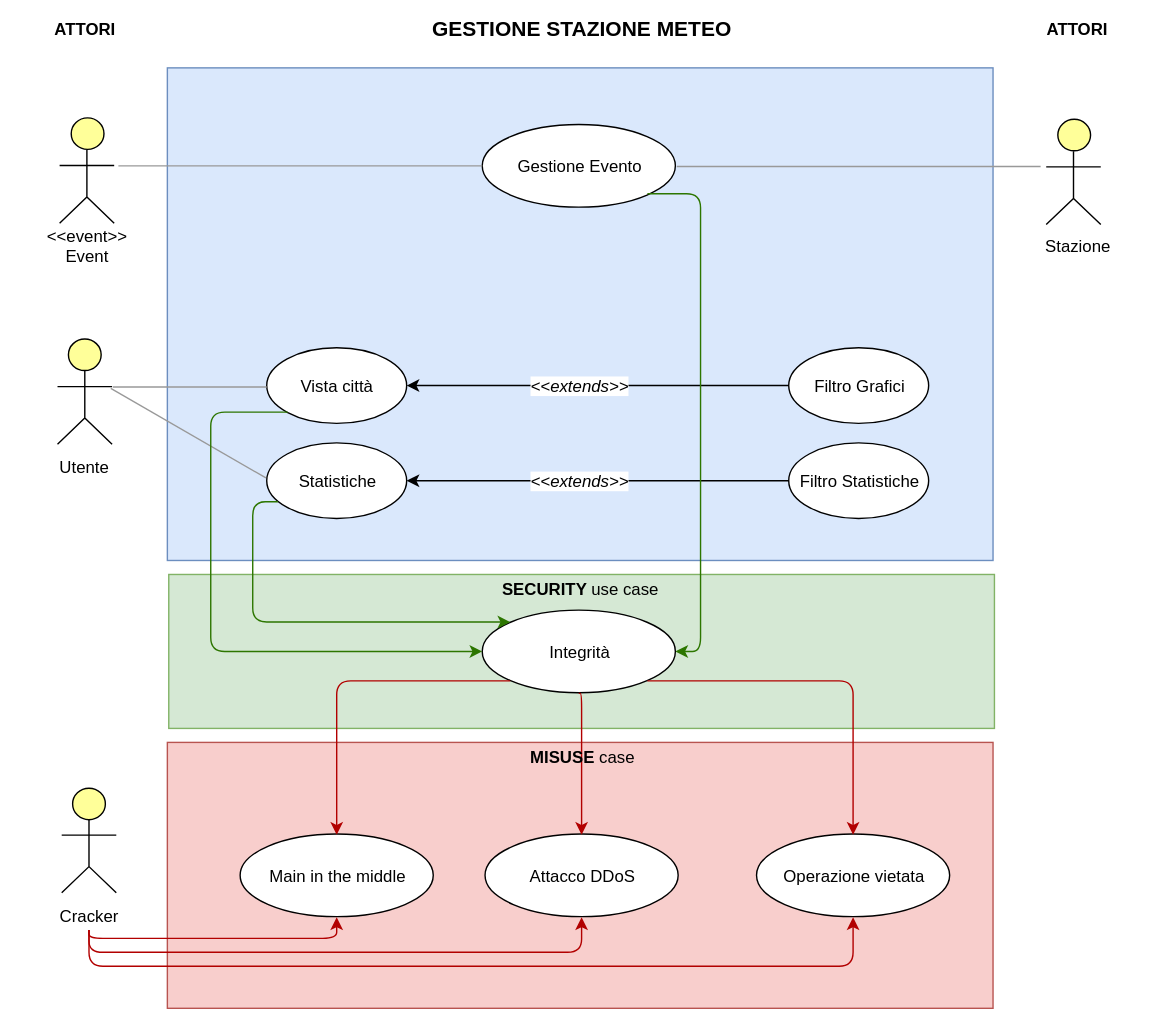
The draw.io diagram resources/SecuritycaseMisusecase.svg in Leaaaf/weatherment.io, before a commit. Source tidied: cells renumbered, new cells last; positions are measured from the earlier drawing's top-left corner, leaving out a move shared by most shapes.
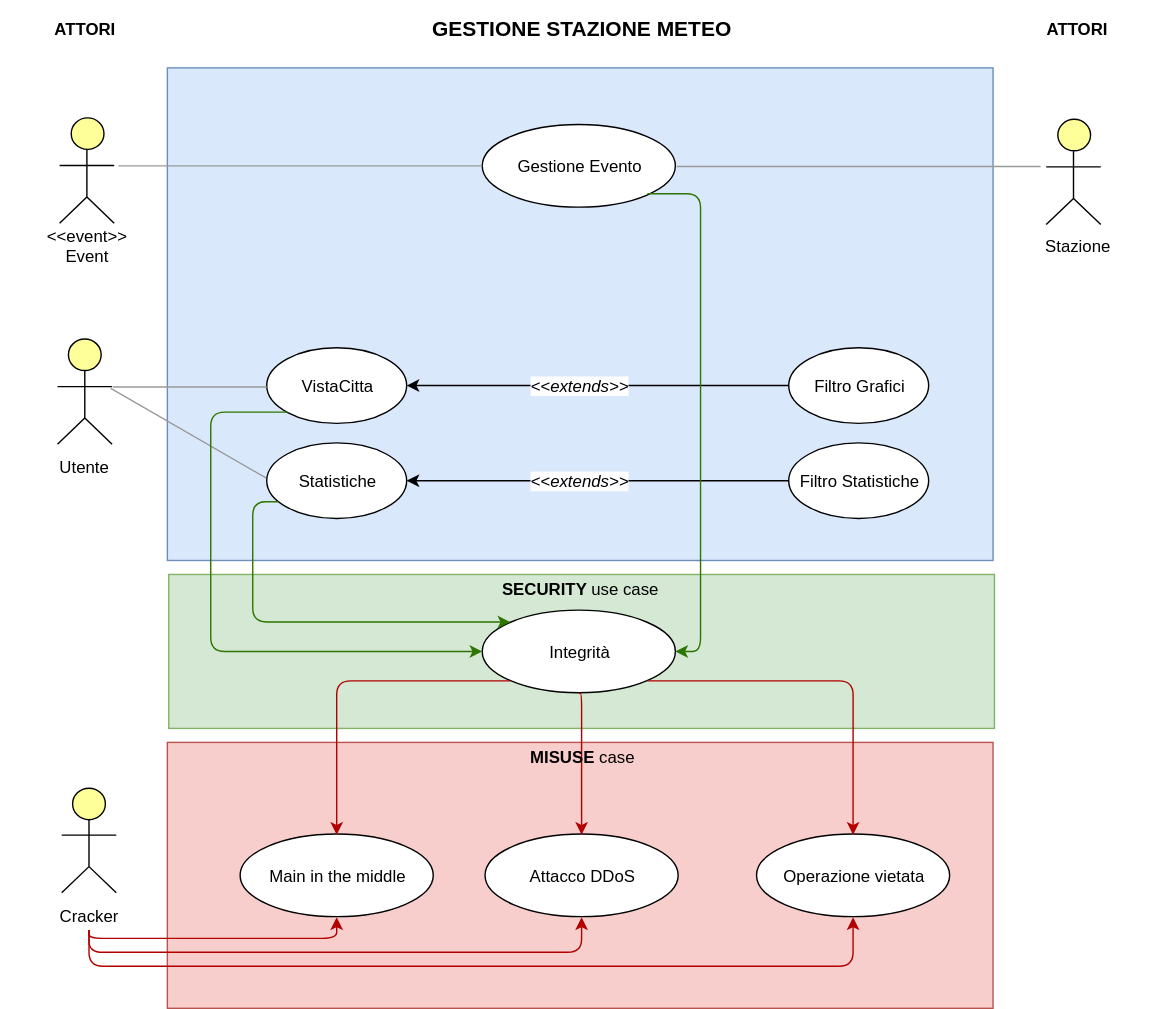
Later version of the same file.

Diff of the diagram source:
```diff
@@ -52,7 +52,7 @@
     <mxCell id="17" value="Filtro Grafici" style="ellipse;whiteSpace=wrap;html=1;gradientColor=none;" parent="1" vertex="1">
       <mxGeometry x="563" y="248" width="100" height="54" as="geometry" />
     </mxCell>
-    <mxCell id="18" value="Vista città" style="ellipse;whiteSpace=wrap;html=1;gradientColor=none;" parent="1" vertex="1">
+    <mxCell id="18" value="VistaCitta" style="ellipse;whiteSpace=wrap;html=1;gradientColor=none;" parent="1" vertex="1">
       <mxGeometry x="190" y="248" width="100" height="54" as="geometry" />
     </mxCell>
     <mxCell id="19" style="verticalLabelPosition=bottom;shadow=0;dashed=0;align=center;html=1;verticalAlign=top;strokeWidth=1;shape=mxgraph.mockup.markup.line;strokeColor=#999999;gradientColor=none;" parent="1" vertex="1">
```
